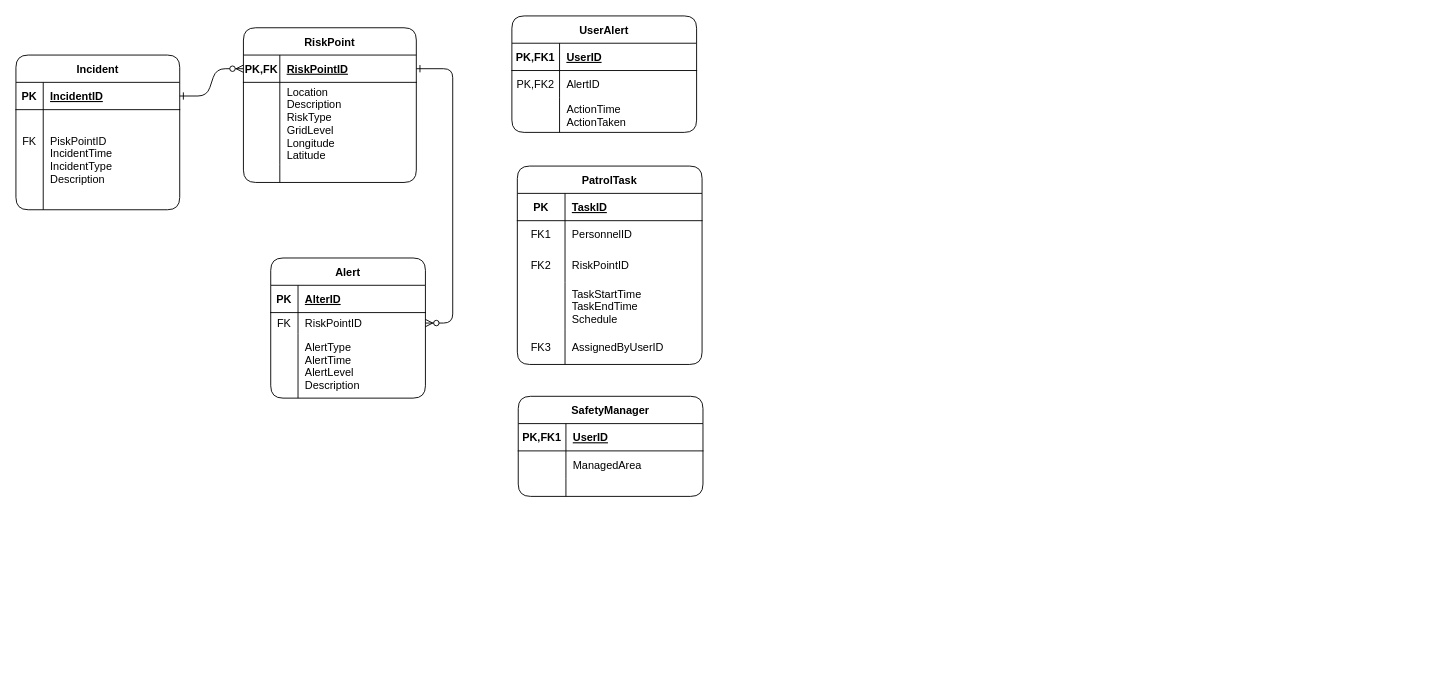
Lxlorange/drawio keeps this draw.io diagram as ER-rail.drawio. Above is the earlier version. Source tidied: cells renumbered, new cells numbered last; positions are measured from the earlier drawing's top-left corner, leaving out a move shared by most shapes. Both pictures are drawn from the tidied source at 91%, with x=0, y=0 at pixel (15, 15).
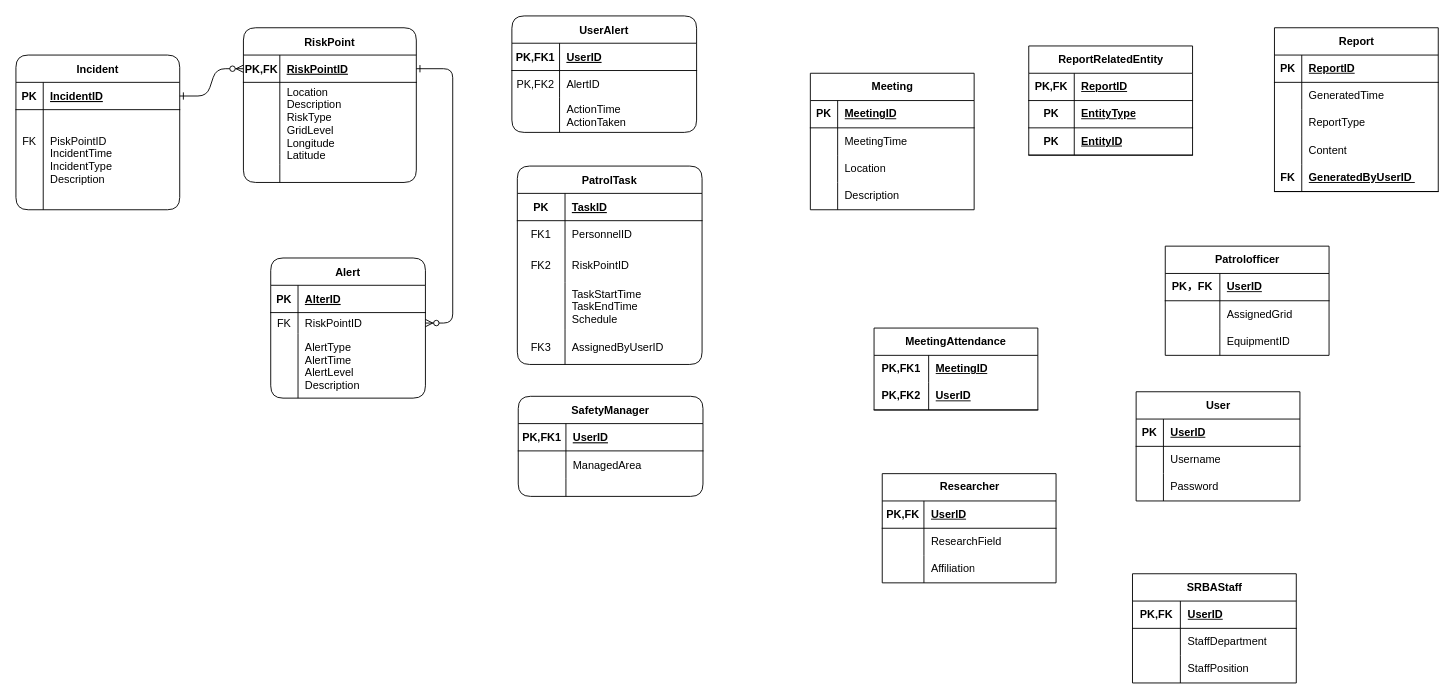
The same diagram, later.

Change to the diagram source:
```diff
@@
+    <mxCell id="67" value="Meeting" style="shape=table;startSize=30;childLayout=tableLayout;rowLines=0;fontStyle=1;align=center;html=1;" parent="1" vertex="1">
+      <mxGeometry x="873" y="63" width="180" height="150" as="geometry" />
+    </mxCell>
+    <mxCell id="68" style="shape=tableRow;horizontal=0;startSize=0;swimlaneHead=0;swimlaneBody=0;fillColor=none;top=0;left=0;right=0;bottom=1;" parent="67" vertex="1">
+      <mxGeometry y="30" width="180" height="30" as="geometry" />
+    </mxCell>
+    <mxCell id="69" value="PK" style="shape=partialRectangle;fillColor=none;top=0;left=0;bottom=0;right=0;fontStyle=1;overflow=hidden;whiteSpace=wrap;html=1;" parent="68" vertex="1">
+      <mxGeometry width="30" height="30" as="geometry" />
+    </mxCell>
+    <mxCell id="70" value="MeetingID" style="shape=partialRectangle;fillColor=none;top=0;left=0;bottom=0;right=0;align=left;spacingLeft=6;fontStyle=5;overflow=hidden;whiteSpace=wrap;html=1;" parent="68" vertex="1">
+      <mxGeometry x="30" width="150" height="30" as="geometry" />
+    </mxCell>
+    <mxCell id="71" style="shape=tableRow;horizontal=0;startSize=0;swimlaneHead=0;swimlaneBody=0;fillColor=none;top=0;left=0;right=0;bottom=0;" parent="67" vertex="1">
+      <mxGeometry y="60" width="180" height="30" as="geometry" />
+    </mxCell>
+    <mxCell id="72" style="shape=partialRectangle;fillColor=none;top=0;left=0;bottom=0;right=0;overflow=hidden;whiteSpace=wrap;html=1;" parent="71" vertex="1">
+      <mxGeometry width="30" height="30" as="geometry" />
+    </mxCell>
+    <mxCell id="73" value="MeetingTime&amp;nbsp;" style="shape=partialRectangle;fillColor=none;top=0;left=0;bottom=0;right=0;align=left;spacingLeft=6;overflow=hidden;whiteSpace=wrap;html=1;" parent="71" vertex="1">
+      <mxGeometry x="30" width="150" height="30" as="geometry" />
+    </mxCell>
+    <mxCell id="74" style="shape=tableRow;horizontal=0;startSize=0;swimlaneHead=0;swimlaneBody=0;fillColor=none;top=0;left=0;right=0;bottom=0;" parent="67" vertex="1">
+      <mxGeometry y="90" width="180" height="30" as="geometry" />
+    </mxCell>
+    <mxCell id="75" style="shape=partialRectangle;fillColor=none;top=0;left=0;bottom=0;right=0;overflow=hidden;whiteSpace=wrap;html=1;" parent="74" vertex="1">
+      <mxGeometry width="30" height="30" as="geometry" />
+    </mxCell>
+    <mxCell id="76" value="Location" style="shape=partialRectangle;fillColor=none;top=0;left=0;bottom=0;right=0;align=left;spacingLeft=6;overflow=hidden;whiteSpace=wrap;html=1;" parent="74" vertex="1">
+      <mxGeometry x="30" width="150" height="30" as="geometry" />
+    </mxCell>
+    <mxCell id="77" style="shape=tableRow;horizontal=0;startSize=0;swimlaneHead=0;swimlaneBody=0;fillColor=none;top=0;left=0;right=0;bottom=0;" parent="67" vertex="1">
+      <mxGeometry y="120" width="180" height="30" as="geometry" />
+    </mxCell>
+    <mxCell id="78" style="shape=partialRectangle;fillColor=none;top=0;left=0;bottom=0;right=0;overflow=hidden;whiteSpace=wrap;html=1;" parent="77" vertex="1">
+      <mxGeometry width="30" height="30" as="geometry" />
+    </mxCell>
+    <mxCell id="79" value="Description" style="shape=partialRectangle;fillColor=none;top=0;left=0;bottom=0;right=0;align=left;spacingLeft=6;overflow=hidden;whiteSpace=wrap;html=1;" parent="77" vertex="1">
+      <mxGeometry x="30" width="150" height="30" as="geometry" />
+    </mxCell>
+    <mxCell id="80" value="MeetingAttendance" style="shape=table;startSize=30;childLayout=tableLayout;rowLines=0;fontStyle=1;align=center;html=1;whiteSpace=wrap;" parent="1" vertex="1">
+      <mxGeometry x="943" y="343" width="180" height="90" as="geometry" />
+    </mxCell>
+    <mxCell id="81" style="shape=tableRow;horizontal=0;startSize=0;swimlaneHead=0;swimlaneBody=0;fillColor=none;top=0;left=0;right=0;bottom=0;html=1;" parent="80" vertex="1">
+      <mxGeometry y="30" width="180" height="30" as="geometry" />
+    </mxCell>
+    <mxCell id="82" value="PK,FK1" style="shape=partialRectangle;fillColor=none;top=0;left=0;bottom=0;right=0;fontStyle=1;overflow=hidden;html=1;whiteSpace=wrap;" parent="81" vertex="1">
+      <mxGeometry width="60" height="30" as="geometry" />
+    </mxCell>
+    <mxCell id="83" value="MeetingID" style="shape=partialRectangle;fillColor=none;top=0;left=0;bottom=0;right=0;align=left;spacingLeft=6;fontStyle=5;overflow=hidden;html=1;whiteSpace=wrap;" parent="81" vertex="1">
+      <mxGeometry x="60" width="120" height="30" as="geometry" />
+    </mxCell>
+    <mxCell id="84" style="shape=tableRow;horizontal=0;startSize=0;swimlaneHead=0;swimlaneBody=0;fillColor=none;top=0;left=0;right=0;bottom=1;html=1;" parent="80" vertex="1">
+      <mxGeometry y="60" width="180" height="30" as="geometry" />
+    </mxCell>
+    <mxCell id="85" value="PK,FK2" style="shape=partialRectangle;fillColor=none;top=0;left=0;bottom=0;right=0;fontStyle=1;overflow=hidden;html=1;whiteSpace=wrap;" parent="84" vertex="1">
+      <mxGeometry width="60" height="30" as="geometry" />
+    </mxCell>
+    <mxCell id="86" value="UserID" style="shape=partialRectangle;fillColor=none;top=0;left=0;bottom=0;right=0;align=left;spacingLeft=6;fontStyle=5;overflow=hidden;html=1;whiteSpace=wrap;" parent="84" vertex="1">
+      <mxGeometry x="60" width="120" height="30" as="geometry" />
+    </mxCell>
+    <mxCell id="87" value="Researcher" style="shape=table;startSize=30;childLayout=tableLayout;rowLines=0;fontStyle=1;align=center;html=1;" parent="1" vertex="1">
+      <mxGeometry x="952" y="503" width="191" height="120" as="geometry" />
+    </mxCell>
+    <mxCell id="88" style="shape=tableRow;horizontal=0;startSize=0;swimlaneHead=0;swimlaneBody=0;fillColor=none;top=0;left=0;right=0;bottom=1;" parent="87" vertex="1">
+      <mxGeometry y="30" width="191" height="30" as="geometry" />
+    </mxCell>
+    <mxCell id="89" value="PK,FK" style="shape=partialRectangle;fillColor=none;top=0;left=0;bottom=0;right=0;fontStyle=1;overflow=hidden;whiteSpace=wrap;html=1;" parent="88" vertex="1">
+      <mxGeometry width="45.8" height="30" as="geometry" />
+    </mxCell>
+    <mxCell id="90" value="UserID" style="shape=partialRectangle;fillColor=none;top=0;left=0;bottom=0;right=0;align=left;spacingLeft=6;fontStyle=5;overflow=hidden;whiteSpace=wrap;html=1;" parent="88" vertex="1">
+      <mxGeometry x="45.8" width="145.2" height="30" as="geometry" />
+    </mxCell>
+    <mxCell id="91" style="shape=tableRow;horizontal=0;startSize=0;swimlaneHead=0;swimlaneBody=0;fillColor=none;top=0;left=0;right=0;bottom=0;" parent="87" vertex="1">
+      <mxGeometry y="60" width="191" height="30" as="geometry" />
+    </mxCell>
+    <mxCell id="92" style="shape=partialRectangle;fillColor=none;top=0;left=0;bottom=0;right=0;overflow=hidden;whiteSpace=wrap;html=1;" parent="91" vertex="1">
+      <mxGeometry width="45.8" height="30" as="geometry" />
+    </mxCell>
+    <mxCell id="93" value="ResearchField&amp;nbsp;" style="shape=partialRectangle;fillColor=none;top=0;left=0;bottom=0;right=0;align=left;spacingLeft=6;overflow=hidden;whiteSpace=wrap;html=1;" parent="91" vertex="1">
+      <mxGeometry x="45.8" width="145.2" height="30" as="geometry" />
+    </mxCell>
+    <mxCell id="94" style="shape=tableRow;horizontal=0;startSize=0;swimlaneHead=0;swimlaneBody=0;fillColor=none;top=0;left=0;right=0;bottom=0;" parent="87" vertex="1">
+      <mxGeometry y="90" width="191" height="30" as="geometry" />
+    </mxCell>
+    <mxCell id="95" style="shape=partialRectangle;fillColor=none;top=0;left=0;bottom=0;right=0;overflow=hidden;whiteSpace=wrap;html=1;" parent="94" vertex="1">
+      <mxGeometry width="45.8" height="30" as="geometry" />
+    </mxCell>
+    <mxCell id="96" value="Affiliation" style="shape=partialRectangle;fillColor=none;top=0;left=0;bottom=0;right=0;align=left;spacingLeft=6;overflow=hidden;whiteSpace=wrap;html=1;" parent="94" vertex="1">
+      <mxGeometry x="45.8" width="145.2" height="30" as="geometry" />
+    </mxCell>
+    <mxCell id="97" value="ReportRelatedEntity" style="shape=table;startSize=30;childLayout=tableLayout;rowLines=0;fontStyle=1;align=center;html=1;strokeWidth=1;" parent="1" vertex="1">
+      <mxGeometry x="1113" y="33" width="180" height="120" as="geometry" />
+    </mxCell>
+    <mxCell id="98" style="shape=tableRow;horizontal=0;startSize=0;swimlaneHead=0;swimlaneBody=0;fillColor=none;top=0;left=0;right=0;bottom=1;" parent="97" vertex="1">
+      <mxGeometry y="30" width="180" height="30" as="geometry" />
+    </mxCell>
+    <mxCell id="99" value="PK,FK" style="shape=partialRectangle;fillColor=none;top=0;left=0;bottom=0;right=0;fontStyle=1;overflow=hidden;whiteSpace=wrap;html=1;" parent="98" vertex="1">
+      <mxGeometry width="50" height="30" as="geometry" />
+    </mxCell>
+    <mxCell id="100" value="ReportID" style="shape=partialRectangle;fillColor=none;top=0;left=0;bottom=0;right=0;align=left;spacingLeft=6;fontStyle=5;overflow=hidden;whiteSpace=wrap;html=1;" parent="98" vertex="1">
+      <mxGeometry x="50" width="130" height="30" as="geometry" />
+    </mxCell>
+    <mxCell id="101" style="shape=tableRow;horizontal=0;startSize=0;swimlaneHead=0;swimlaneBody=0;fillColor=none;top=0;left=0;right=0;bottom=1;" parent="97" vertex="1">
+      <mxGeometry y="60" width="180" height="30" as="geometry" />
+    </mxCell>
+    <mxCell id="102" value="PK" style="shape=partialRectangle;fillColor=none;top=0;left=0;bottom=0;right=0;fontStyle=1;overflow=hidden;whiteSpace=wrap;html=1;" parent="101" vertex="1">
+      <mxGeometry width="50" height="30" as="geometry" />
+    </mxCell>
+    <mxCell id="103" value="EntityType" style="shape=partialRectangle;fillColor=none;top=0;left=0;bottom=0;right=0;align=left;spacingLeft=6;fontStyle=5;overflow=hidden;whiteSpace=wrap;html=1;" parent="101" vertex="1">
+      <mxGeometry x="50" width="130" height="30" as="geometry" />
+    </mxCell>
+    <mxCell id="104" style="shape=tableRow;horizontal=0;startSize=0;swimlaneHead=0;swimlaneBody=0;fillColor=none;top=0;left=0;right=0;bottom=1;" parent="97" vertex="1">
+      <mxGeometry y="90" width="180" height="30" as="geometry" />
+    </mxCell>
+    <mxCell id="105" value="PK" style="shape=partialRectangle;fillColor=none;top=0;left=0;bottom=0;right=0;fontStyle=1;overflow=hidden;whiteSpace=wrap;html=1;" parent="104" vertex="1">
+      <mxGeometry width="50" height="30" as="geometry" />
+    </mxCell>
+    <mxCell id="106" value="&lt;div&gt;EntityID&lt;/div&gt;" style="shape=partialRectangle;fillColor=none;top=0;left=0;bottom=0;right=0;align=left;spacingLeft=6;fontStyle=5;overflow=hidden;whiteSpace=wrap;html=1;" parent="104" vertex="1">
+      <mxGeometry x="50" width="130" height="30" as="geometry" />
+    </mxCell>
+    <mxCell id="107" value="Patrolofficer" style="shape=table;startSize=30;childLayout=tableLayout;rowLines=0;fontStyle=1;align=center;html=1;" parent="1" vertex="1">
+      <mxGeometry x="1263" y="253" width="180" height="120" as="geometry" />
+    </mxCell>
+    <mxCell id="108" style="shape=tableRow;horizontal=0;startSize=0;swimlaneHead=0;swimlaneBody=0;fillColor=none;top=0;left=0;right=0;bottom=1;" parent="107" vertex="1">
+      <mxGeometry y="30" width="180" height="30" as="geometry" />
+    </mxCell>
+    <mxCell id="109" value="PK，FK" style="shape=partialRectangle;fillColor=none;top=0;left=0;bottom=0;right=0;fontStyle=1;overflow=hidden;whiteSpace=wrap;html=1;" parent="108" vertex="1">
+      <mxGeometry width="60" height="30" as="geometry" />
+    </mxCell>
+    <mxCell id="110" value="UserID" style="shape=partialRectangle;fillColor=none;top=0;left=0;bottom=0;right=0;align=left;spacingLeft=6;fontStyle=5;overflow=hidden;whiteSpace=wrap;html=1;" parent="108" vertex="1">
+      <mxGeometry x="60" width="120" height="30" as="geometry" />
+    </mxCell>
+    <mxCell id="111" style="shape=tableRow;horizontal=0;startSize=0;swimlaneHead=0;swimlaneBody=0;fillColor=none;top=0;left=0;right=0;bottom=0;" parent="107" vertex="1">
+      <mxGeometry y="60" width="180" height="30" as="geometry" />
+    </mxCell>
+    <mxCell id="112" style="shape=partialRectangle;fillColor=none;top=0;left=0;bottom=0;right=0;overflow=hidden;whiteSpace=wrap;html=1;" parent="111" vertex="1">
+      <mxGeometry width="60" height="30" as="geometry" />
+    </mxCell>
+    <mxCell id="113" value="AssignedGrid" style="shape=partialRectangle;fillColor=none;top=0;left=0;bottom=0;right=0;align=left;spacingLeft=6;overflow=hidden;whiteSpace=wrap;html=1;" parent="111" vertex="1">
+      <mxGeometry x="60" width="120" height="30" as="geometry" />
+    </mxCell>
+    <mxCell id="114" style="shape=tableRow;horizontal=0;startSize=0;swimlaneHead=0;swimlaneBody=0;fillColor=none;top=0;left=0;right=0;bottom=0;" parent="107" vertex="1">
+      <mxGeometry y="90" width="180" height="30" as="geometry" />
+    </mxCell>
+    <mxCell id="115" style="shape=partialRectangle;fillColor=none;top=0;left=0;bottom=0;right=0;overflow=hidden;whiteSpace=wrap;html=1;" parent="114" vertex="1">
+      <mxGeometry width="60" height="30" as="geometry" />
+    </mxCell>
+    <mxCell id="116" value="EquipmentID" style="shape=partialRectangle;fillColor=none;top=0;left=0;bottom=0;right=0;align=left;spacingLeft=6;overflow=hidden;whiteSpace=wrap;html=1;" parent="114" vertex="1">
+      <mxGeometry x="60" width="120" height="30" as="geometry" />
+    </mxCell>
+    <mxCell id="117" value="User" style="shape=table;startSize=30;childLayout=tableLayout;rowLines=0;fontStyle=1;align=center;html=1;" parent="1" vertex="1">
+      <mxGeometry x="1231" y="413" width="180" height="120" as="geometry" />
+    </mxCell>
+    <mxCell id="118" style="shape=tableRow;horizontal=0;startSize=0;swimlaneHead=0;swimlaneBody=0;fillColor=none;top=0;left=0;right=0;bottom=1;" parent="117" vertex="1">
+      <mxGeometry y="30" width="180" height="30" as="geometry" />
+    </mxCell>
+    <mxCell id="119" value="PK" style="shape=partialRectangle;fillColor=none;top=0;left=0;bottom=0;right=0;fontStyle=1;overflow=hidden;whiteSpace=wrap;html=1;" parent="118" vertex="1">
+      <mxGeometry width="30" height="30" as="geometry" />
+    </mxCell>
+    <mxCell id="120" value="UserID" style="shape=partialRectangle;fillColor=none;top=0;left=0;bottom=0;right=0;align=left;spacingLeft=6;fontStyle=5;overflow=hidden;whiteSpace=wrap;html=1;" parent="118" vertex="1">
+      <mxGeometry x="30" width="150" height="30" as="geometry" />
+    </mxCell>
+    <mxCell id="121" style="shape=tableRow;horizontal=0;startSize=0;swimlaneHead=0;swimlaneBody=0;fillColor=none;top=0;left=0;right=0;bottom=0;" parent="117" vertex="1">
+      <mxGeometry y="60" width="180" height="30" as="geometry" />
+    </mxCell>
+    <mxCell id="122" style="shape=partialRectangle;fillColor=none;top=0;left=0;bottom=0;right=0;overflow=hidden;whiteSpace=wrap;html=1;" parent="121" vertex="1">
+      <mxGeometry width="30" height="30" as="geometry" />
+    </mxCell>
+    <mxCell id="123" value="Username" style="shape=partialRectangle;fillColor=none;top=0;left=0;bottom=0;right=0;align=left;spacingLeft=6;overflow=hidden;whiteSpace=wrap;html=1;" parent="121" vertex="1">
+      <mxGeometry x="30" width="150" height="30" as="geometry" />
+    </mxCell>
+    <mxCell id="124" style="shape=tableRow;horizontal=0;startSize=0;swimlaneHead=0;swimlaneBody=0;fillColor=none;top=0;left=0;right=0;bottom=0;" parent="117" vertex="1">
+      <mxGeometry y="90" width="180" height="30" as="geometry" />
+    </mxCell>
+    <mxCell id="125" style="shape=partialRectangle;fillColor=none;top=0;left=0;bottom=0;right=0;overflow=hidden;whiteSpace=wrap;html=1;" parent="124" vertex="1">
+      <mxGeometry width="30" height="30" as="geometry" />
+    </mxCell>
+    <mxCell id="126" value="Password&amp;nbsp;" style="shape=partialRectangle;fillColor=none;top=0;left=0;bottom=0;right=0;align=left;spacingLeft=6;overflow=hidden;whiteSpace=wrap;html=1;" parent="124" vertex="1">
+      <mxGeometry x="30" width="150" height="30" as="geometry" />
+    </mxCell>
+    <mxCell id="127" value="Report" style="shape=table;startSize=30;childLayout=tableLayout;rowLines=0;fontStyle=1;align=center;html=1;" parent="1" vertex="1">
+      <mxGeometry x="1383" y="13" width="180" height="180" as="geometry" />
+    </mxCell>
+    <mxCell id="128" style="shape=tableRow;horizontal=0;startSize=0;swimlaneHead=0;swimlaneBody=0;fillColor=none;top=0;left=0;right=0;bottom=1;" parent="127" vertex="1">
+      <mxGeometry y="30" width="180" height="30" as="geometry" />
+    </mxCell>
+    <mxCell id="129" value="PK" style="shape=partialRectangle;fillColor=none;top=0;left=0;bottom=0;right=0;fontStyle=1;overflow=hidden;whiteSpace=wrap;html=1;" parent="128" vertex="1">
+      <mxGeometry width="30" height="30" as="geometry" />
+    </mxCell>
+    <mxCell id="130" value="ReportID" style="shape=partialRectangle;fillColor=none;top=0;left=0;bottom=0;right=0;align=left;spacingLeft=6;fontStyle=5;overflow=hidden;whiteSpace=wrap;html=1;" parent="128" vertex="1">
+      <mxGeometry x="30" width="150" height="30" as="geometry" />
+    </mxCell>
+    <mxCell id="131" style="shape=tableRow;horizontal=0;startSize=0;swimlaneHead=0;swimlaneBody=0;fillColor=none;top=0;left=0;right=0;bottom=0;" parent="127" vertex="1">
+      <mxGeometry y="60" width="180" height="30" as="geometry" />
+    </mxCell>
+    <mxCell id="132" style="shape=partialRectangle;fillColor=none;top=0;left=0;bottom=0;right=0;overflow=hidden;whiteSpace=wrap;html=1;" parent="131" vertex="1">
+      <mxGeometry width="30" height="30" as="geometry" />
+    </mxCell>
+    <mxCell id="133" value="GeneratedTime" style="shape=partialRectangle;fillColor=none;top=0;left=0;bottom=0;right=0;align=left;spacingLeft=6;overflow=hidden;whiteSpace=wrap;html=1;" parent="131" vertex="1">
+      <mxGeometry x="30" width="150" height="30" as="geometry" />
+    </mxCell>
+    <mxCell id="134" style="shape=tableRow;horizontal=0;startSize=0;swimlaneHead=0;swimlaneBody=0;fillColor=none;top=0;left=0;right=0;bottom=0;" parent="127" vertex="1">
+      <mxGeometry y="90" width="180" height="30" as="geometry" />
+    </mxCell>
+    <mxCell id="135" style="shape=partialRectangle;fillColor=none;top=0;left=0;bottom=0;right=0;overflow=hidden;whiteSpace=wrap;html=1;" parent="134" vertex="1">
+      <mxGeometry width="30" height="30" as="geometry" />
+    </mxCell>
+    <mxCell id="136" value="ReportType" style="shape=partialRectangle;fillColor=none;top=0;left=0;bottom=0;right=0;align=left;spacingLeft=6;overflow=hidden;whiteSpace=wrap;html=1;" parent="134" vertex="1">
+      <mxGeometry x="30" width="150" height="30" as="geometry" />
+    </mxCell>
+    <mxCell id="137" style="shape=tableRow;horizontal=0;startSize=0;swimlaneHead=0;swimlaneBody=0;fillColor=none;top=0;left=0;right=0;bottom=0;" parent="127" vertex="1">
+      <mxGeometry y="120" width="180" height="30" as="geometry" />
+    </mxCell>
+    <mxCell id="138" style="shape=partialRectangle;fillColor=none;top=0;left=0;bottom=0;right=0;overflow=hidden;whiteSpace=wrap;html=1;" parent="137" vertex="1">
+      <mxGeometry width="30" height="30" as="geometry" />
+    </mxCell>
+    <mxCell id="139" value="Content" style="shape=partialRectangle;fillColor=none;top=0;left=0;bottom=0;right=0;align=left;spacingLeft=6;overflow=hidden;whiteSpace=wrap;html=1;" parent="137" vertex="1">
+      <mxGeometry x="30" width="150" height="30" as="geometry" />
+    </mxCell>
+    <mxCell id="140" style="shape=tableRow;horizontal=0;startSize=0;swimlaneHead=0;swimlaneBody=0;fillColor=none;top=0;left=0;right=0;bottom=1;" parent="127" vertex="1">
+      <mxGeometry y="150" width="180" height="30" as="geometry" />
+    </mxCell>
+    <mxCell id="141" value="FK" style="shape=partialRectangle;fillColor=none;top=0;left=0;bottom=0;right=0;fontStyle=1;overflow=hidden;whiteSpace=wrap;html=1;" parent="140" vertex="1">
+      <mxGeometry width="30" height="30" as="geometry" />
+    </mxCell>
+    <mxCell id="142" value="GeneratedByUserID&amp;nbsp;" style="shape=partialRectangle;fillColor=none;top=0;left=0;bottom=0;right=0;align=left;spacingLeft=6;fontStyle=5;overflow=hidden;whiteSpace=wrap;html=1;" parent="140" vertex="1">
+      <mxGeometry x="30" width="150" height="30" as="geometry" />
+    </mxCell>
+    <mxCell id="143" value="&lt;span style=&quot;text-wrap-mode: wrap;&quot;&gt;SRBAStaff&lt;/span&gt;" style="shape=table;startSize=30;childLayout=tableLayout;rowLines=0;fontStyle=1;align=center;html=1;" parent="1" vertex="1">
+      <mxGeometry x="1227" y="613" width="180" height="120" as="geometry" />
+    </mxCell>
+    <mxCell id="144" style="shape=tableRow;horizontal=0;startSize=0;swimlaneHead=0;swimlaneBody=0;fillColor=none;top=0;left=0;right=0;bottom=1;" parent="143" vertex="1">
+      <mxGeometry y="30" width="180" height="30" as="geometry" />
+    </mxCell>
+    <mxCell id="145" value="PK,FK" style="shape=partialRectangle;fillColor=none;top=0;left=0;bottom=0;right=0;fontStyle=1;overflow=hidden;whiteSpace=wrap;html=1;" parent="144" vertex="1">
+      <mxGeometry width="52.6" height="30" as="geometry" />
+    </mxCell>
+    <mxCell id="146" value="UserID" style="shape=partialRectangle;fillColor=none;top=0;left=0;bottom=0;right=0;align=left;spacingLeft=6;fontStyle=5;overflow=hidden;whiteSpace=wrap;html=1;" parent="144" vertex="1">
+      <mxGeometry x="52.6" width="127.4" height="30" as="geometry" />
+    </mxCell>
+    <mxCell id="147" style="shape=tableRow;horizontal=0;startSize=0;swimlaneHead=0;swimlaneBody=0;fillColor=none;top=0;left=0;right=0;bottom=0;" parent="143" vertex="1">
+      <mxGeometry y="60" width="180" height="30" as="geometry" />
+    </mxCell>
+    <mxCell id="148" style="shape=partialRectangle;fillColor=none;top=0;left=0;bottom=0;right=0;overflow=hidden;whiteSpace=wrap;html=1;" parent="147" vertex="1">
+      <mxGeometry width="52.6" height="30" as="geometry" />
+    </mxCell>
+    <mxCell id="149" value="StaffDepartment" style="shape=partialRectangle;fillColor=none;top=0;left=0;bottom=0;right=0;align=left;spacingLeft=6;overflow=hidden;whiteSpace=wrap;html=1;" parent="147" vertex="1">
+      <mxGeometry x="52.6" width="127.4" height="30" as="geometry" />
+    </mxCell>
+    <mxCell id="150" style="shape=tableRow;horizontal=0;startSize=0;swimlaneHead=0;swimlaneBody=0;fillColor=none;top=0;left=0;right=0;bottom=0;" parent="143" vertex="1">
+      <mxGeometry y="90" width="180" height="30" as="geometry" />
+    </mxCell>
+    <mxCell id="151" style="shape=partialRectangle;fillColor=none;top=0;left=0;bottom=0;right=0;overflow=hidden;whiteSpace=wrap;html=1;" parent="150" vertex="1">
+      <mxGeometry width="52.6" height="30" as="geometry" />
+    </mxCell>
+    <mxCell id="152" value="StaffPosition" style="shape=partialRectangle;fillColor=none;top=0;left=0;bottom=0;right=0;align=left;spacingLeft=6;overflow=hidden;whiteSpace=wrap;html=1;" parent="150" vertex="1">
+      <mxGeometry x="52.6" width="127.4" height="30" as="geometry" />
+    </mxCell>
```
